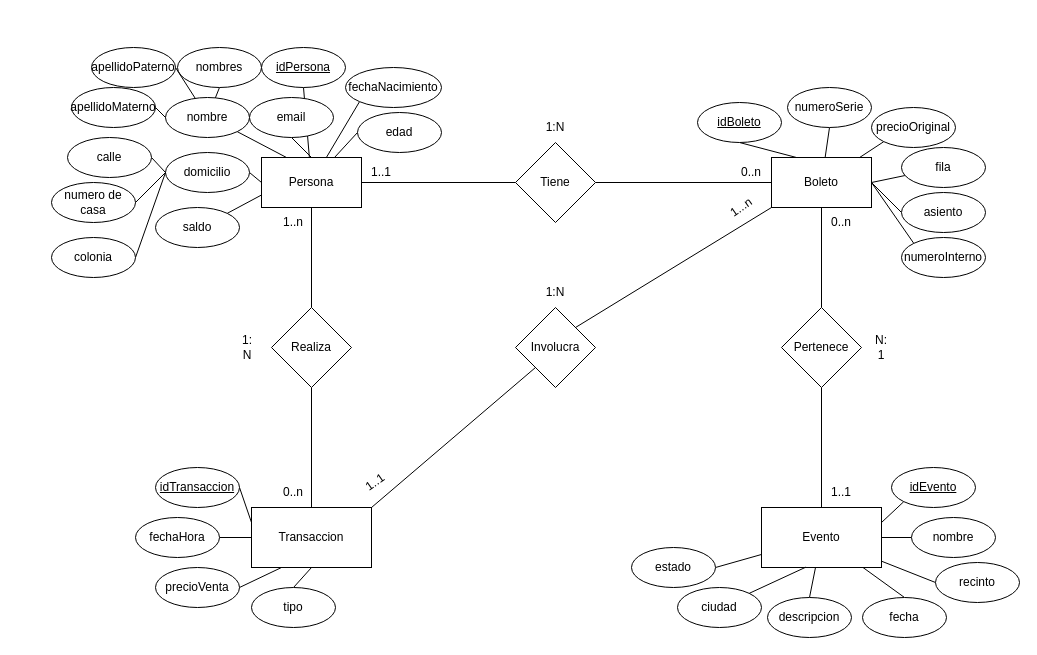
Earlier version of the draw.io diagram MER.drawio (gaelguerraa/Proyecto-1-BDA). Source tidied: cells renumbered, new cells numbered last; positions are measured from the earlier drawing's top-left corner, leaving out a move shared by most shapes. Both pictures are drawn from the tidied source at 100%, with x=0, y=0 at pixel (51, 47).
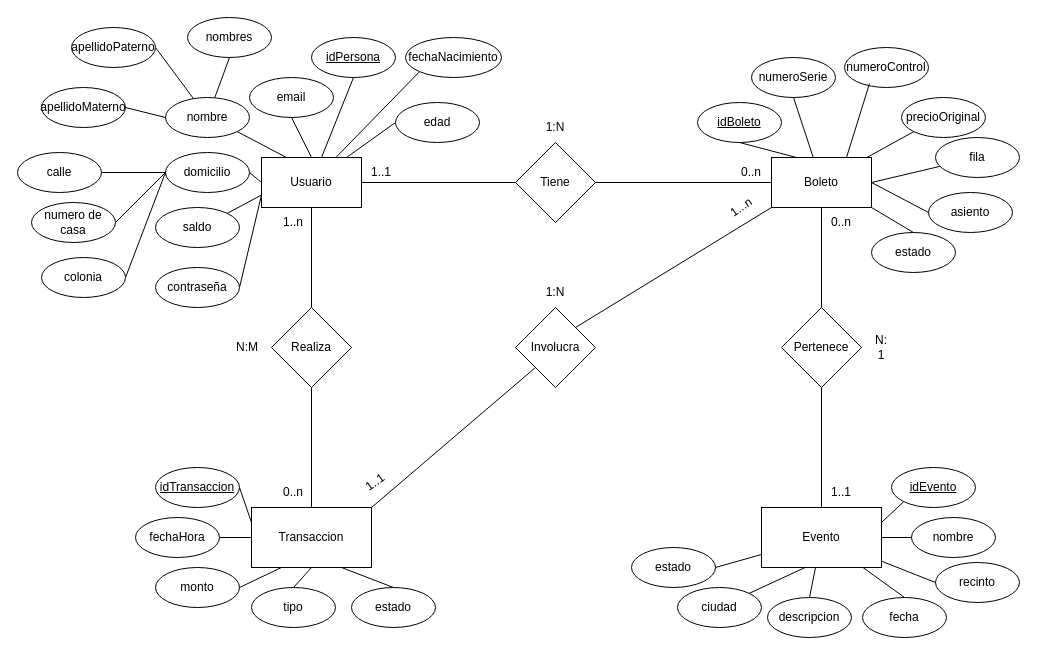
The same diagram, later.

Unchanged cells that the change refers to:
```xml
<mxCell id="14" value="Boleto" style="rounded=0;whiteSpace=wrap;html=1;" parent="1" vertex="1">
  <mxGeometry x="720" y="110" width="100" height="50" as="geometry" />
</mxCell>
<mxCell id="45" value="Transaccion" style="rounded=0;whiteSpace=wrap;html=1;" parent="1" vertex="1">
  <mxGeometry x="200" y="460" width="120" height="60" as="geometry" />
</mxCell>
<mxCell id="88" value="0..n" style="text;html=1;align=center;verticalAlign=middle;whiteSpace=wrap;rounded=0;" parent="1" vertex="1">
  <mxGeometry x="760" y="160" width="60" height="30" as="geometry" />
</mxCell>
```

Change to the diagram source:
```diff
@@
     <mxCell id="6" value="email" style="ellipse;whiteSpace=wrap;html=1;" parent="1" vertex="1">
-      <mxGeometry x="198" y="50" width="84" height="40" as="geometry" />
+      <mxGeometry x="198" y="30" width="84" height="40" as="geometry" />
     </mxCell>
@@
+    <mxCell id="90" style="rounded=0;jettySize=auto;html=1;exitX=0;exitY=0.75;exitDx=0;exitDy=0;entryX=1;entryY=0.5;entryDx=0;entryDy=0;endArrow=none;startFill=0;" parent="1" edge="1" source="9" target="93">
+      <mxGeometry relative="1" as="geometry" />
+    </mxCell>
-    <mxCell id="9" value="Persona" style="rounded=0;whiteSpace=wrap;html=1;" parent="1" vertex="1">
+    <mxCell id="9" value="Usuario" style="rounded=0;whiteSpace=wrap;html=1;" parent="1" vertex="1">
       <mxGeometry x="210" y="110" width="100" height="50" as="geometry" />
     </mxCell>
@@
-    <mxCell id="13" style="rounded=0;jettySize=auto;html=1;exitX=1;exitY=0.5;exitDx=0;exitDy=0;entryX=0;entryY=0;entryDx=0;entryDy=0;endArrow=none;startFill=0;" parent="1" edge="1" source="14" target="40">
-      <mxGeometry relative="1" as="geometry" />
-    </mxCell>
@@
     <mxCell id="16" value="nombres" style="ellipse;whiteSpace=wrap;html=1;" parent="1" vertex="1">
-      <mxGeometry x="126" width="84" height="40" as="geometry" />
+      <mxGeometry x="136" y="-30" width="84" height="40" as="geometry" />
     </mxCell>
@@
     <mxCell id="18" value="apellidoPaterno" style="ellipse;whiteSpace=wrap;html=1;" parent="1" vertex="1">
-      <mxGeometry x="40" width="84" height="40" as="geometry" />
+      <mxGeometry x="20" y="-20" width="84" height="40" as="geometry" />
     </mxCell>
@@
     <mxCell id="20" value="apellidoMaterno" style="ellipse;whiteSpace=wrap;html=1;" parent="1" vertex="1">
-      <mxGeometry x="20" y="40" width="84" height="40" as="geometry" />
+      <mxGeometry x="-10" y="40" width="84" height="40" as="geometry" />
     </mxCell>
@@
     <mxCell id="24" value="fechaNacimiento" style="ellipse;whiteSpace=wrap;html=1;" parent="1" vertex="1">
-      <mxGeometry x="294" y="20" width="96" height="40" as="geometry" />
+      <mxGeometry x="354" y="-10" width="96" height="40" as="geometry" />
     </mxCell>
@@
     <mxCell id="26" value="edad" style="ellipse;whiteSpace=wrap;html=1;" parent="1" vertex="1">
-      <mxGeometry x="306" y="65" width="84" height="40" as="geometry" />
+      <mxGeometry x="344" y="55" width="84" height="40" as="geometry" />
     </mxCell>
@@
     <mxCell id="28" value="calle" style="ellipse;whiteSpace=wrap;html=1;" parent="1" vertex="1">
-      <mxGeometry x="16" y="90" width="84" height="40" as="geometry" />
+      <mxGeometry x="-34" y="105" width="84" height="40" as="geometry" />
     </mxCell>
     <mxCell id="29" value="numero de casa" style="ellipse;whiteSpace=wrap;html=1;" parent="1" vertex="1">
-      <mxGeometry y="135" width="84" height="40" as="geometry" />
+      <mxGeometry x="-20" y="155" width="84" height="40" as="geometry" />
     </mxCell>
@@
     <mxCell id="31" value="colonia" style="ellipse;whiteSpace=wrap;html=1;" parent="1" vertex="1">
-      <mxGeometry y="190" width="84" height="40" as="geometry" />
+      <mxGeometry x="-10" y="210" width="84" height="40" as="geometry" />
     </mxCell>
@@
     <mxCell id="35" value="numeroSerie" style="ellipse;whiteSpace=wrap;html=1;" parent="1" vertex="1">
-      <mxGeometry x="736" y="40" width="84" height="40" as="geometry" />
+      <mxGeometry x="700" y="10" width="84" height="40" as="geometry" />
     </mxCell>
@@
     <mxCell id="37" value="fila" style="ellipse;whiteSpace=wrap;html=1;" parent="1" vertex="1">
-      <mxGeometry x="850" y="100" width="84" height="40" as="geometry" />
+      <mxGeometry x="884" y="90" width="84" height="40" as="geometry" />
     </mxCell>
@@
     <mxCell id="39" value="asiento" style="ellipse;whiteSpace=wrap;html=1;" parent="1" vertex="1">
-      <mxGeometry x="850" y="145" width="84" height="40" as="geometry" />
+      <mxGeometry x="877" y="145" width="84" height="40" as="geometry" />
     </mxCell>
-    <mxCell id="40" value="numeroInterno" style="ellipse;whiteSpace=wrap;html=1;" parent="1" vertex="1">
-      <mxGeometry x="850" y="190" width="84" height="40" as="geometry" />
-    </mxCell>
@@
     <mxCell id="42" value="&lt;u&gt;idPersona&lt;/u&gt;" style="ellipse;whiteSpace=wrap;html=1;" parent="1" vertex="1">
-      <mxGeometry x="210" width="84" height="40" as="geometry" />
+      <mxGeometry x="260" y="-10" width="84" height="40" as="geometry" />
     </mxCell>
@@
+    <mxCell id="91" style="rounded=0;jettySize=auto;html=1;exitX=0.75;exitY=1;exitDx=0;exitDy=0;entryX=0.5;entryY=0;entryDx=0;entryDy=0;endArrow=none;startFill=0;" parent="1" edge="1" source="45" target="97">
+      <mxGeometry relative="1" as="geometry" />
+    </mxCell>
@@
-    <mxCell id="54" value="1:&lt;div&gt;N&lt;/div&gt;" style="text;html=1;align=center;verticalAlign=middle;whiteSpace=wrap;rounded=0;" parent="1" vertex="1">
+    <mxCell id="54" value="N:M" style="text;html=1;align=center;verticalAlign=middle;whiteSpace=wrap;rounded=0;" parent="1" vertex="1">
       <mxGeometry x="166" y="285" width="60" height="30" as="geometry" />
     </mxCell>
@@
     <mxCell id="59" value="precioOriginal" style="ellipse;whiteSpace=wrap;html=1;" parent="1" vertex="1">
-      <mxGeometry x="820" y="60" width="84" height="40" as="geometry" />
+      <mxGeometry x="850" y="50" width="84" height="40" as="geometry" />
     </mxCell>
@@
-    <mxCell id="79" value="precioVenta" style="ellipse;whiteSpace=wrap;html=1;" parent="1" vertex="1">
+    <mxCell id="79" value="monto" style="ellipse;whiteSpace=wrap;html=1;" parent="1" vertex="1">
       <mxGeometry x="104" y="520" width="84" height="40" as="geometry" />
     </mxCell>
@@
+    <mxCell id="92" style="rounded=0;jettySize=auto;html=1;exitX=1;exitY=0;exitDx=0;exitDy=0;entryX=0.5;entryY=0;entryDx=0;entryDy=0;endArrow=none;startFill=0;" parent="1" edge="1" source="88" target="94">
+      <mxGeometry relative="1" as="geometry" />
+    </mxCell>
@@
+    <mxCell id="93" value="contraseña" style="ellipse;whiteSpace=wrap;html=1;" parent="1" vertex="1">
+      <mxGeometry x="104" y="220" width="84" height="40" as="geometry" />
+    </mxCell>
+    <mxCell id="94" value="estado" style="ellipse;whiteSpace=wrap;html=1;" parent="1" vertex="1">
+      <mxGeometry x="820" y="185" width="84" height="40" as="geometry" />
+    </mxCell>
+    <mxCell id="95" value="numeroControl" style="ellipse;whiteSpace=wrap;html=1;" parent="1" vertex="1">
+      <mxGeometry x="793" width="84" height="40" as="geometry" />
+    </mxCell>
+    <mxCell id="96" style="rounded=0;jettySize=auto;html=1;exitX=0.75;exitY=0;exitDx=0;exitDy=0;entryX=0.298;entryY=0.9;entryDx=0;entryDy=0;entryPerimeter=0;endArrow=none;startFill=0;" parent="1" edge="1" source="14" target="95">
+      <mxGeometry relative="1" as="geometry" />
+    </mxCell>
+    <mxCell id="97" value="estado" style="ellipse;whiteSpace=wrap;html=1;" parent="1" vertex="1">
+      <mxGeometry x="300" y="540" width="84" height="40" as="geometry" />
+    </mxCell>
```
